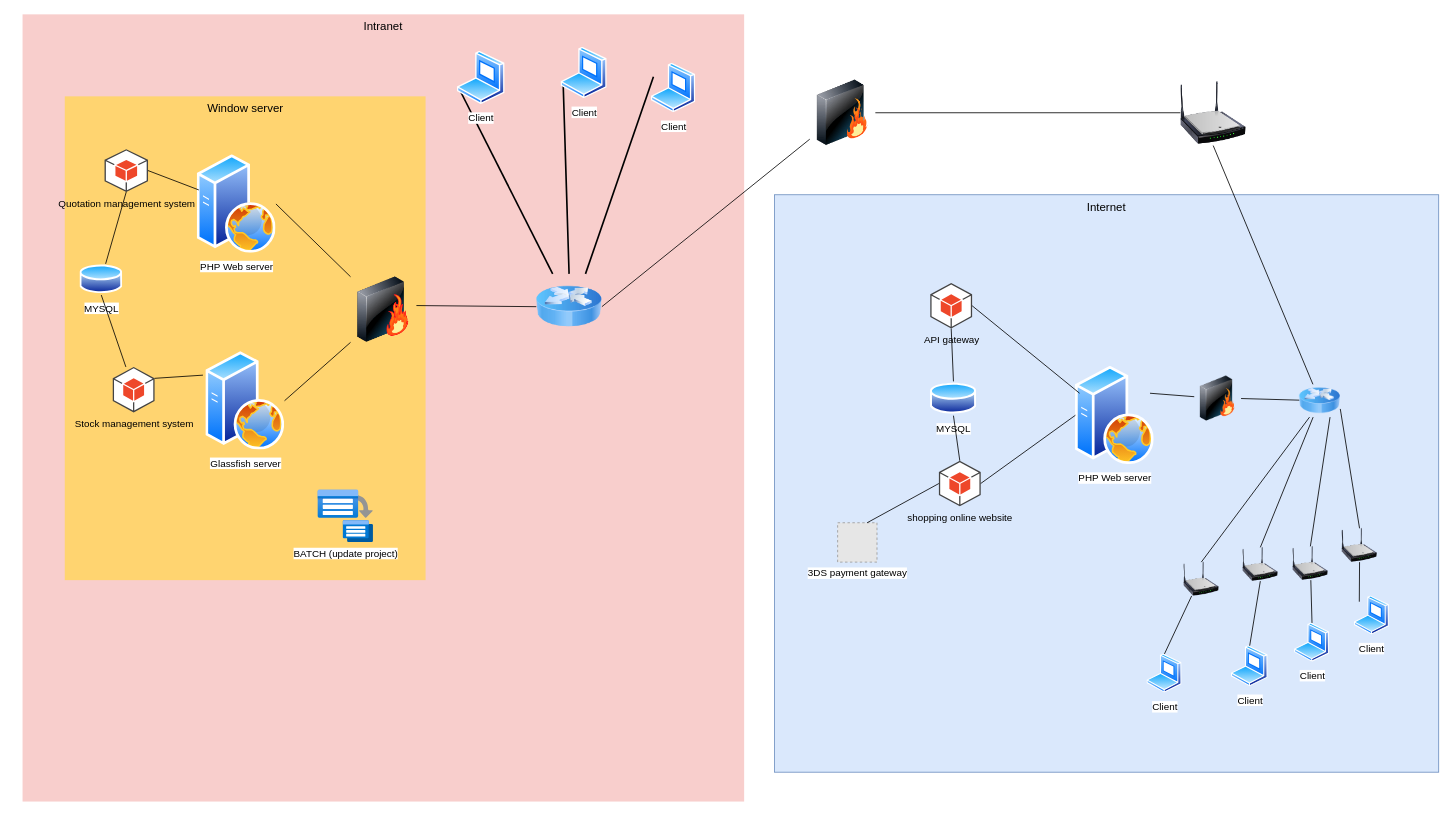
Above: sirichaielectric.drawio in wittakarn/diagram (draw.io), before the change. Source tidied: cells renumbered, new cells numbered last; positions are measured from the earlier drawing's top-left corner, leaving out a move shared by most shapes. Both pictures are drawn from the tidied source at 82%, with x=0, y=0 at pixel (22, 14). Pictures stored in the file or linked from it are replaced by grey dashed boxes.
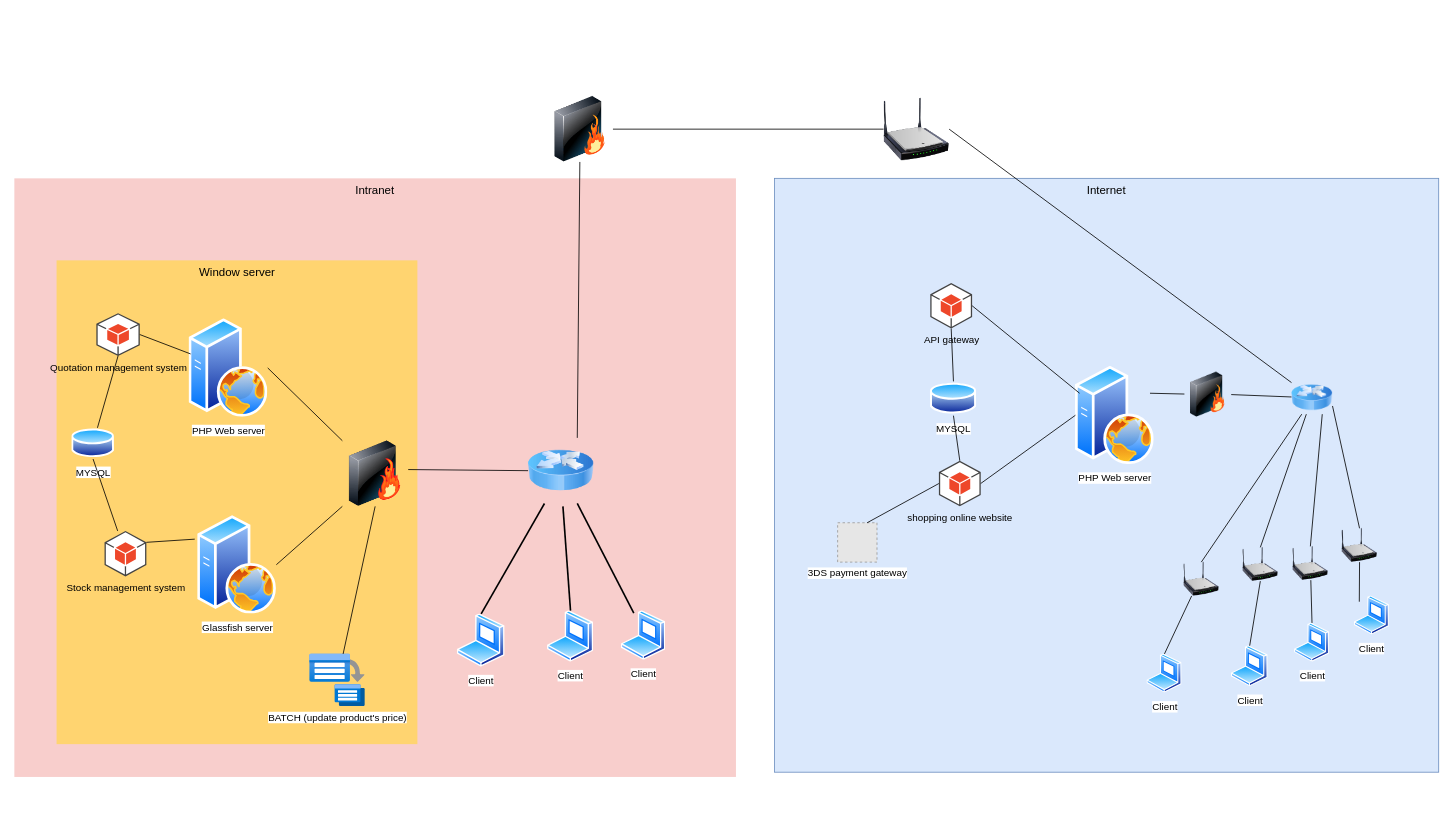
The same diagram, later.

Diff of the diagram source:
```diff
@@
     <mxCell id="2" value="Intranet" style="whiteSpace=wrap;html=1;fillColor=#f8cecc;fontSize=14;strokeColor=none;verticalAlign=top;" parent="1" vertex="1">
-      <mxGeometry width="880" height="960" as="geometry" />
+      <mxGeometry x="-10" y="200" width="880" height="730" as="geometry" />
     </mxCell>
     <mxCell id="3" value="Window server" style="whiteSpace=wrap;html=1;fillColor=#FFD470;gradientColor=none;fontSize=14;strokeColor=none;verticalAlign=top;" parent="1" vertex="1">
-      <mxGeometry x="51.5" y="100" width="440" height="590" as="geometry" />
+      <mxGeometry x="41.5" y="300" width="440" height="590" as="geometry" />
     </mxCell>
-    <mxCell id="4" style="edgeStyle=none;rounded=0;html=1;startSize=10;endSize=10;jettySize=auto;fontSize=14;endArrow=none;endFill=0;strokeWidth=2;entryX=0;entryY=0.25;entryDx=0;entryDy=0;exitX=0.75;exitY=0;exitDx=0;exitDy=0;" parent="1" edge="1" source="15" target="17">
+    <mxCell id="4" style="edgeStyle=none;rounded=0;html=1;startSize=10;endSize=10;jettySize=auto;fontSize=14;endArrow=none;endFill=0;strokeWidth=2;entryX=0.25;entryY=0;entryDx=0;entryDy=0;exitX=0.75;exitY=1;exitDx=0;exitDy=0;" parent="1" edge="1" source="15" target="17">
       <mxGeometry relative="1" as="geometry" />
     </mxCell>
-    <mxCell id="5" style="edgeStyle=none;rounded=0;html=1;startSize=10;endSize=10;jettySize=auto;fontSize=14;endArrow=none;endFill=0;strokeWidth=2;entryX=0;entryY=0.75;entryDx=0;entryDy=0;exitX=0.5;exitY=0;exitDx=0;exitDy=0;" parent="1" edge="1" source="15" target="18">
-      <mxGeometry relative="1" as="geometry" />
+    <mxCell id="5" style="edgeStyle=none;rounded=0;html=1;startSize=10;endSize=10;jettySize=auto;fontSize=14;endArrow=none;endFill=0;strokeWidth=2;entryX=0.5;entryY=0;entryDx=0;entryDy=0;" parent="1" edge="1" target="18">
+      <mxGeometry relative="1" as="geometry">
+        <mxPoint x="659" y="600" as="sourcePoint" />
+      </mxGeometry>
     </mxCell>
-    <mxCell id="6" style="edgeStyle=none;rounded=0;html=1;startSize=10;endSize=10;jettySize=auto;fontSize=14;endArrow=none;endFill=0;strokeWidth=2;entryX=0;entryY=0.75;entryDx=0;entryDy=0;exitX=0.25;exitY=0;exitDx=0;exitDy=0;" parent="1" edge="1" source="15" target="16">
+    <mxCell id="6" style="edgeStyle=none;rounded=0;html=1;startSize=10;endSize=10;jettySize=auto;fontSize=14;endArrow=none;endFill=0;strokeWidth=2;entryX=0.5;entryY=0;entryDx=0;entryDy=0;exitX=0.25;exitY=1;exitDx=0;exitDy=0;" parent="1" edge="1" source="15" target="16">
       <mxGeometry relative="1" as="geometry" />
     </mxCell>
     <mxCell id="7" value="MYSQL" style="perimeter=ellipsePerimeter;html=1;align=center;shadow=0;dashed=0;spacingTop=3;image;image=img/lib/active_directory/database.svg;direction=east;" parent="1" vertex="1">
-      <mxGeometry x="70" y="303.8" width="52" height="38.5" as="geometry" />
+      <mxGeometry x="60" y="503.8" width="52" height="38.5" as="geometry" />
     </mxCell>
-    <mxCell id="8" value="BATCH (update project)" style="html=1;points=[];align=center;image;fontSize=12;image=img/lib/azure2/compute/Batch_Accounts.svg;" parent="1" vertex="1">
-      <mxGeometry x="360" y="580" width="68" height="64" as="geometry" />
+    <mxCell id="8" value="BATCH (update product's price)" style="html=1;points=[];align=center;image;fontSize=12;image=img/lib/azure2/compute/Batch_Accounts.svg;" parent="1" vertex="1">
+      <mxGeometry x="350" y="780" width="68" height="64" as="geometry" />
     </mxCell>
     <mxCell id="9" value="PHP Web server" style="perimeter=ellipsePerimeter;html=1;align=center;shadow=0;dashed=0;spacingTop=3;image;image=img/lib/active_directory/web_server.svg;" parent="1" vertex="1">
-      <mxGeometry x="213" y="171.2" width="96" height="120" as="geometry" />
+      <mxGeometry x="203" y="371.2" width="96" height="120" as="geometry" />
     </mxCell>
     <mxCell id="10" value="Glassfish server" style="perimeter=ellipsePerimeter;html=1;align=center;shadow=0;dashed=0;spacingTop=3;image;image=img/lib/active_directory/web_server.svg;" parent="1" vertex="1">
-      <mxGeometry x="223.5" y="411.2" width="96" height="120" as="geometry" />
+      <mxGeometry x="213.5" y="611.2" width="96" height="120" as="geometry" />
     </mxCell>
     <mxCell id="11" value="Stock management system" style="outlineConnect=0;dashed=0;verticalLabelPosition=bottom;verticalAlign=top;align=center;html=1;shape=mxgraph.aws3.android;fillColor=#EE472A;gradientColor=none;" parent="1" vertex="1">
-      <mxGeometry x="110" y="430" width="51" height="55.5" as="geometry" />
+      <mxGeometry x="100" y="630" width="51" height="55.5" as="geometry" />
     </mxCell>
     <mxCell id="12" value="Quotation management system" style="outlineConnect=0;dashed=0;verticalLabelPosition=bottom;verticalAlign=top;align=center;html=1;shape=mxgraph.aws3.android;fillColor=#EE472A;gradientColor=none;" parent="1" vertex="1">
-      <mxGeometry x="100" y="164.5" width="53" height="52" as="geometry" />
+      <mxGeometry x="90" y="364.5" width="53" height="52" as="geometry" />
     </mxCell>
@@
     <mxCell id="14" style="endArrow=none;html=1;rounded=0;exitX=1;exitY=0.25;exitDx=0;exitDy=0;exitPerimeter=0;" parent="1" edge="1" source="11">
       <mxGeometry relative="1" as="geometry">
-        <mxPoint x="220" y="440" as="targetPoint" />
+        <mxPoint x="210" y="640" as="targetPoint" />
       </mxGeometry>
     </mxCell>
     <mxCell id="15" style="image;html=1;image=img/lib/clip_art/networking/Router_Icon_128x128.png;" parent="1" vertex="1">
-      <mxGeometry x="626.5" y="316.5" width="80" height="80" as="geometry" />
+      <mxGeometry x="616.5" y="516.5" width="80" height="80" as="geometry" />
     </mxCell>
     <mxCell id="16" value="Client" style="perimeter=ellipsePerimeter;html=1;align=center;shadow=0;dashed=0;spacingTop=3;image;image=img/lib/active_directory/laptop_client.svg;" parent="1" vertex="1">
-      <mxGeometry x="530" y="45" width="58.5" height="65" as="geometry" />
+      <mxGeometry x="530" y="731.1" width="58.5" height="65" as="geometry" />
     </mxCell>
     <mxCell id="17" value="Client" style="perimeter=ellipsePerimeter;html=1;align=center;shadow=0;dashed=0;spacingTop=3;image;image=img/lib/active_directory/laptop_client.svg;" parent="1" vertex="1">
-      <mxGeometry x="766.5" y="59.5" width="54.5" height="60.5" as="geometry" />
+      <mxGeometry x="730" y="727.2" width="54.5" height="60.5" as="geometry" />
     </mxCell>
     <mxCell id="18" value="Client" style="perimeter=ellipsePerimeter;html=1;align=center;shadow=0;dashed=0;spacingTop=3;image;image=img/lib/active_directory/laptop_client.svg;" parent="1" vertex="1">
-      <mxGeometry x="656.5" y="40" width="56.5" height="62.8" as="geometry" />
+      <mxGeometry x="640" y="727.2" width="56.5" height="62.8" as="geometry" />
     </mxCell>
@@
     <mxCell id="20" value="Internet" style="whiteSpace=wrap;html=1;fillColor=#dae8fc;fontSize=14;strokeColor=#6c8ebf;verticalAlign=top;" parent="1" vertex="1">
-      <mxGeometry x="917" y="220" width="810" height="704.2" as="geometry" />
+      <mxGeometry x="917" y="200" width="810" height="724.2" as="geometry" />
     </mxCell>
     <mxCell id="21" style="image;html=1;image=img/lib/clip_art/networking/Wireless_Router_N_128x128.png;" parent="1" vertex="1">
-      <mxGeometry x="1412" y="80" width="80" height="80" as="geometry" />
+      <mxGeometry x="1050" y="100" width="80" height="80" as="geometry" />
     </mxCell>
@@
     <mxCell id="23" style="image;html=1;image=img/lib/clip_art/networking/Firewall-page1_128x128.png;" parent="1" vertex="1">
-      <mxGeometry x="400" y="320" width="80" height="80" as="geometry" />
+      <mxGeometry x="390" y="520" width="80" height="80" as="geometry" />
     </mxCell>
@@
-    <mxCell id="34" style="endArrow=none;html=1;rounded=0;exitX=0.5;exitY=1;exitDx=0;exitDy=0;" parent="1" edge="1" source="21" target="51">
+    <mxCell id="34" style="endArrow=none;html=1;rounded=0;exitX=1;exitY=0.5;exitDx=0;exitDy=0;" parent="1" edge="1" source="21" target="51">
       <mxGeometry relative="1" as="geometry" />
     </mxCell>
     <mxCell id="35" style="image;html=1;image=img/lib/clip_art/networking/Firewall_128x128.png;" parent="1" vertex="1">
-      <mxGeometry x="960" y="80" width="80" height="80" as="geometry" />
+      <mxGeometry x="640" y="100" width="80" height="80" as="geometry" />
     </mxCell>
-    <mxCell id="36" style="endArrow=none;html=1;rounded=0;exitX=1;exitY=0.5;exitDx=0;exitDy=0;" parent="1" edge="1" source="15" target="35">
+    <mxCell id="36" style="endArrow=none;html=1;rounded=0;exitX=0.75;exitY=0;exitDx=0;exitDy=0;" parent="1" edge="1" source="15" target="35">
       <mxGeometry relative="1" as="geometry" />
     </mxCell>
@@
     <mxCell id="51" style="image;html=1;image=img/lib/clip_art/networking/Router_Icon_128x128.png;" parent="1" vertex="1">
-      <mxGeometry x="1557" y="451.2" width="50" height="40" as="geometry" />
+      <mxGeometry x="1547.5" y="447.6" width="50" height="40" as="geometry" />
     </mxCell>
@@
     <mxCell id="59" style="image;html=1;image=img/lib/clip_art/networking/Firewall_128x128.png;" parent="1" vertex="1">
-      <mxGeometry x="1428.9" y="441" width="57.1" height="55" as="geometry" />
+      <mxGeometry x="1416.9" y="436.2" width="57.1" height="55" as="geometry" />
     </mxCell>
@@
+    <mxCell id="61" style="endArrow=none;html=1;rounded=0;entryX=0.5;entryY=1;entryDx=0;entryDy=0;" parent="1" edge="1" source="8" target="23">
+      <mxGeometry relative="1" as="geometry" />
+    </mxCell>
```
